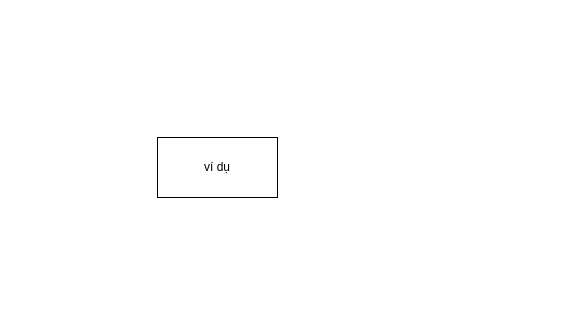
KaiyoDev/Moingay1thuattoan keeps this draw.io diagram as Bài ví dụ.drawio. Above is the earlier version. Source tidied: cells renumbered, new cells numbered last; positions are measured from the earlier drawing's top-left corner, leaving out a move shared by most shapes. Both pictures are drawn from the tidied source at 100%, with x=0, y=0 at pixel (157, 137).
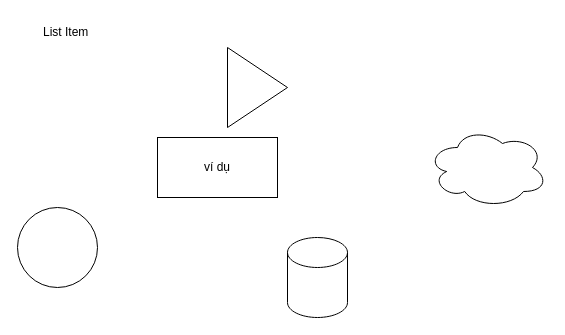
The same diagram, later.

Commit message:
Cập nhật Bài ví dụ.drawio

Diff of the diagram source:
```diff
@@
 <mxGraphModel>
   <root>
     <mxCell id="0" />
     <mxCell id="1" parent="0" />
     <mxCell id="2" value="ví dụ" style="rounded=0;whiteSpace=wrap;html=1;" parent="1" vertex="1">
       <mxGeometry width="120" height="60" as="geometry" />
     </mxCell>
+    <mxCell id="3" style="ellipse;whiteSpace=wrap;html=1;" parent="1" vertex="1">
+      <mxGeometry x="-140" y="70" width="80" height="80" as="geometry" />
+    </mxCell>
+    <mxCell id="4" style="shape=cylinder3;whiteSpace=wrap;html=1;boundedLbl=1;backgroundOutline=1;size=15;" parent="1" vertex="1">
+      <mxGeometry x="130" y="100" width="60" height="80" as="geometry" />
+    </mxCell>
+    <mxCell id="5" style="ellipse;shape=cloud;whiteSpace=wrap;html=1;" parent="1" vertex="1">
+      <mxGeometry x="270" y="-10" width="120" height="80" as="geometry" />
+    </mxCell>
+    <mxCell id="6" style="triangle;whiteSpace=wrap;html=1;" parent="1" vertex="1">
+      <mxGeometry x="70" y="-90" width="60" height="80" as="geometry" />
+    </mxCell>
+    <mxCell id="7" value="List Item" style="text;strokeColor=none;fillColor=none;align=left;verticalAlign=middle;spacingLeft=4;spacingRight=4;overflow=hidden;whiteSpace=wrap;html=1;" parent="1" vertex="1">
+      <mxGeometry x="-120" y="-120" width="80" height="30" as="geometry" />
+    </mxCell>
   </root>
 </mxGraphModel>
```
